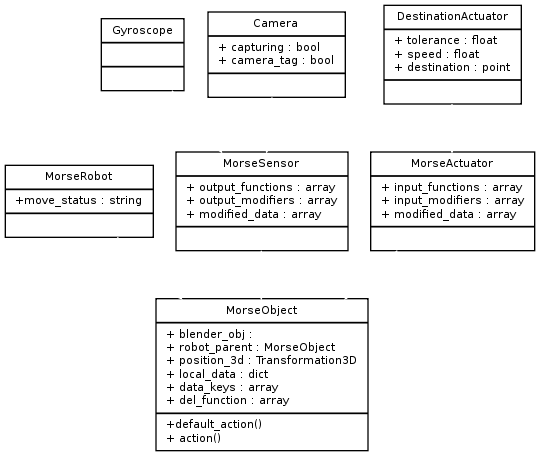
Earlier version of the Graphviz export doc/media/morse_uml.png (morse-simulator/morse). Its source is kept beside it as doc/morse/dev/morse_uml.dot.
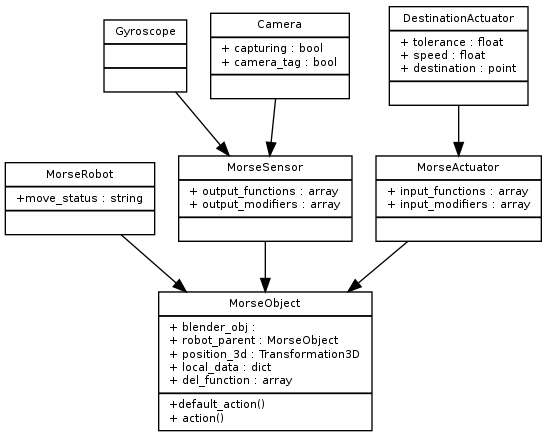
Above is the later version.

Commit message:
Update the UML diagramm to reflect current code

It means :
	- no more modified_data
	- no more data_keys

While here, update the color of arrow for the new template

Diff of the diagram source:
```diff
@@ -14,11 +14,11 @@
 	edge [
 		fontname = "Bitstream Vera Sans"
 		fontsize = 8
-		color="white"
+		color="black"
 	]
 
 	MorseObject [
-		label = "{MorseObject | + blender_obj :\l+ robot_parent : MorseObject\l+ position_3d : Transformation3D\l+ local_data : dict\l+ data_keys : array\l+ del_function : array\l| +default_action()\l+ action()\l }"
+		label = "{MorseObject | + blender_obj :\l+ robot_parent : MorseObject\l+ position_3d : Transformation3D\l+ local_data : dict\l+ del_function : array\l| +default_action()\l+ action()\l }"
 	]
 
 	MorseRobot [
@@ -26,11 +26,11 @@
 	]
 
 	MorseSensor [
-		label = "{MorseSensor | + output_functions : array\l+ output_modifiers : array\l+ modified_data : array\l |}"
+		label = "{MorseSensor | + output_functions : array\l+ output_modifiers : array\l |}"
 	]
 
 	MorseActuator [
-		label = "{MorseActuator | + input_functions : array\l+ input_modifiers : array\l+ modified_data : array\l |}"
+		label = "{MorseActuator | + input_functions : array\l+ input_modifiers : array\l |}"
 	]
 
 	Gyroscope [
@@ -51,6 +51,4 @@
 	Gyroscope -> MorseSensor
 	Camera -> MorseSensor
 	DestinationActuator -> MorseActuator
-
-
 }
```
